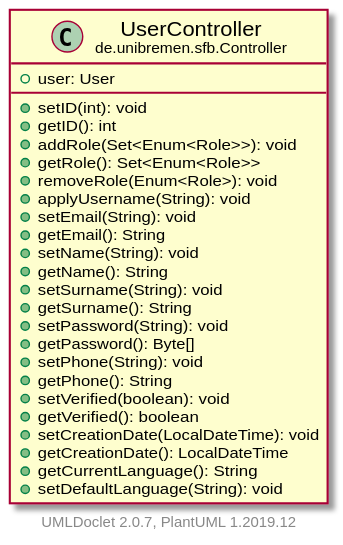
Above: doc/UML/modulsichtSVG/UserController.svg in fkehlenb/softwareprojekt-2 (PlantUML), before the change.
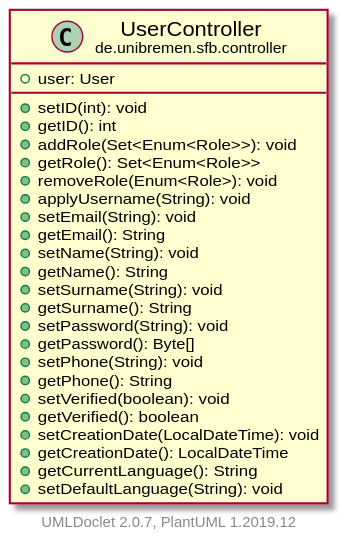
The same file after the commit.

Diff of the diagram source:
```diff
@@ -3,7 +3,7 @@
     hide empty fields
     hide empty methods
 
-    class "<size:14>UserController\n<size:10>de.unibremen.sfb.Controller" as de.unibremen.sfb.Controller.UserController [[UserController.html]] {
+    class "<size:14>UserController\n<size:10>de.unibremen.sfb.controller" as de.unibremen.sfb.controller.UserController [[UserController.html]] {
         +user: User
         +setID(int): void
         +getID(): int
```
